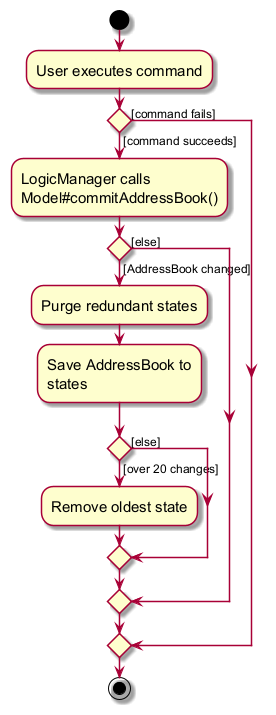
This is docs/images/CommitActivityDiagram.png from AY2627S1-CS2103-F13-1/tp, a PlantUML export, as it was before one commit.
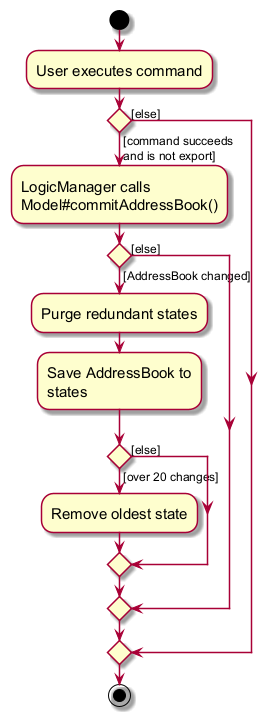
The same diagram one commit later.

Diff of the diagram source:
```diff
@@ -6,7 +6,8 @@
 :User executes command;
 
 
-if () then ([command succeeds])
+if () then ([command succeeds
+and is not export])
     :LogicManager calls
     Model#commitAddressBook();
     if () then ([AddressBook changed])
@@ -19,7 +20,7 @@
         endif
     else ([else])
     endif
-else ([command fails])
+else ([else])
 endif
 stop
 @enduml
```
